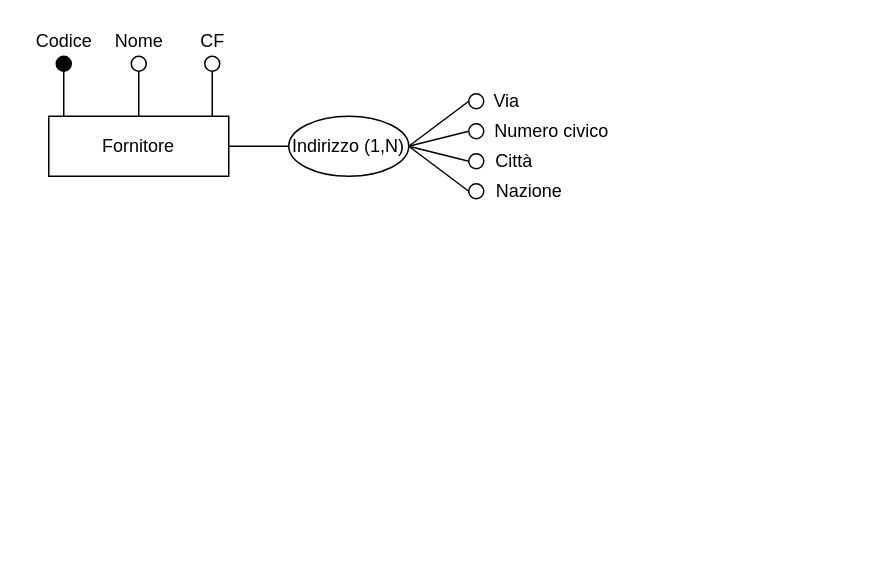
This is ER-diagrams/ER-Fornitore.drawio from nic-agos/Verde-S.R.L, a draw.io file, before an edit. Source tidied: cells renumbered, new cells numbered last; positions are measured from the earlier drawing's top-left corner, leaving out a move shared by most shapes. Both pictures are drawn from the tidied source at 150%, with x=0, y=0 at pixel (26, 26).
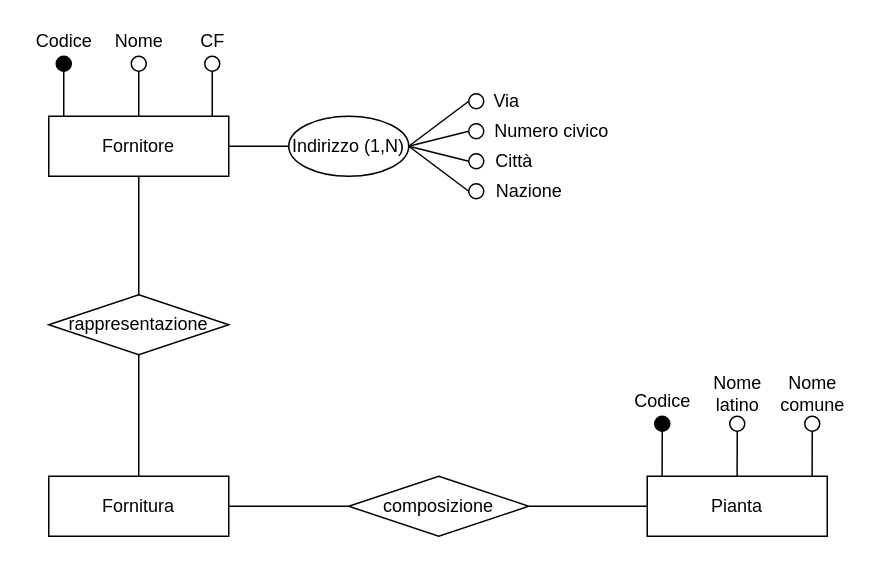
The same diagram, later.

Unchanged cells that the change refers to:
```xml
<mxCell id="2" value="Fornitore" style="rounded=0;whiteSpace=wrap;html=1;strokeWidth=1;perimeterSpacing=0;" parent="1" vertex="1">
  <mxGeometry x="15" y="60" width="120" height="40" as="geometry" />
</mxCell>
```

What changed in the source:
```diff
@@
+    <mxCell id="26" value="Fornitura" style="rounded=0;whiteSpace=wrap;html=1;strokeWidth=1;perimeterSpacing=0;" parent="1" vertex="1">
+      <mxGeometry x="15" y="300" width="120" height="40" as="geometry" />
+    </mxCell>
+    <mxCell id="27" value="rappresentazione" style="rhombus;whiteSpace=wrap;html=1;" parent="1" vertex="1">
+      <mxGeometry x="15" y="179" width="120" height="40" as="geometry" />
+    </mxCell>
+    <mxCell id="28" style="endArrow=none;html=1;rounded=0;exitX=0.5;exitY=0;exitDx=0;exitDy=0;entryX=0.5;entryY=1;entryDx=0;entryDy=0;" parent="1" edge="1" source="26" target="27">
+      <mxGeometry relative="1" as="geometry" />
+    </mxCell>
+    <mxCell id="29" style="endArrow=none;html=1;rounded=0;exitX=0.5;exitY=0;exitDx=0;exitDy=0;entryX=0.5;entryY=1;entryDx=0;entryDy=0;" parent="1" edge="1" source="27" target="2">
+      <mxGeometry relative="1" as="geometry" />
+    </mxCell>
+    <mxCell id="30" value="composizione" style="rhombus;whiteSpace=wrap;html=1;" parent="1" vertex="1">
+      <mxGeometry x="215" y="300" width="120" height="40" as="geometry" />
+    </mxCell>
+    <mxCell id="31" value="Pianta" style="rounded=0;whiteSpace=wrap;html=1;strokeWidth=1;perimeterSpacing=0;" parent="1" vertex="1">
+      <mxGeometry x="414" y="300" width="120" height="40" as="geometry" />
+    </mxCell>
+    <mxCell id="32" style="endArrow=none;html=1;rounded=0;fillColor=#000000;entryX=0.166;entryY=0;entryDx=0;entryDy=0;entryPerimeter=0;exitX=0.5;exitY=1;exitDx=0;exitDy=0;" parent="1" edge="1" source="33">
+      <mxGeometry relative="1" as="geometry">
+        <mxPoint x="423.9" y="300" as="targetPoint" />
+      </mxGeometry>
+    </mxCell>
+    <mxCell id="33" style="ellipse;whiteSpace=wrap;html=1;strokeWidth=1;fillColor=#000000;" parent="1" vertex="1">
+      <mxGeometry x="419" y="260" width="10" height="10" as="geometry" />
+    </mxCell>
+    <mxCell id="34" value="Codice" style="text;html=1;align=center;verticalAlign=middle;strokeColor=none;fillColor=none;" parent="1" vertex="1">
+      <mxGeometry x="399" y="240" width="50" height="20" as="geometry" />
+    </mxCell>
+    <mxCell id="35" style="endArrow=none;html=1;rounded=0;fillColor=#000000;entryX=0.166;entryY=0;entryDx=0;entryDy=0;entryPerimeter=0;exitX=0.5;exitY=1;exitDx=0;exitDy=0;" parent="1" edge="1" source="36">
+      <mxGeometry relative="1" as="geometry">
+        <mxPoint x="473.9" y="300" as="targetPoint" />
+      </mxGeometry>
+    </mxCell>
+    <mxCell id="36" style="ellipse;whiteSpace=wrap;html=1;strokeWidth=1;fillColor=none;" parent="1" vertex="1">
+      <mxGeometry x="469" y="260" width="10" height="10" as="geometry" />
+    </mxCell>
+    <mxCell id="37" value="Nome &lt;br&gt;latino" style="text;html=1;align=center;verticalAlign=middle;strokeColor=none;fillColor=none;" parent="1" vertex="1">
+      <mxGeometry x="449" y="230" width="50" height="30" as="geometry" />
+    </mxCell>
+    <mxCell id="38" style="endArrow=none;html=1;rounded=0;fillColor=#000000;entryX=0.166;entryY=0;entryDx=0;entryDy=0;entryPerimeter=0;exitX=0.5;exitY=1;exitDx=0;exitDy=0;" parent="1" edge="1" source="39">
+      <mxGeometry relative="1" as="geometry">
+        <mxPoint x="523.9" y="300" as="targetPoint" />
+      </mxGeometry>
+    </mxCell>
+    <mxCell id="39" style="ellipse;whiteSpace=wrap;html=1;strokeWidth=1;fillColor=none;" parent="1" vertex="1">
+      <mxGeometry x="519" y="260" width="10" height="10" as="geometry" />
+    </mxCell>
+    <mxCell id="40" value="Nome &lt;br&gt;comune" style="text;html=1;align=center;verticalAlign=middle;strokeColor=none;fillColor=none;" parent="1" vertex="1">
+      <mxGeometry x="494" y="230" width="60" height="30" as="geometry" />
+    </mxCell>
+    <mxCell id="41" style="endArrow=none;html=1;rounded=0;entryX=1;entryY=0.5;entryDx=0;entryDy=0;exitX=0;exitY=0.5;exitDx=0;exitDy=0;" parent="1" edge="1" source="31" target="30">
+      <mxGeometry relative="1" as="geometry" />
+    </mxCell>
+    <mxCell id="42" style="endArrow=none;html=1;rounded=0;exitX=1;exitY=0.5;exitDx=0;exitDy=0;entryX=0;entryY=0.5;entryDx=0;entryDy=0;" parent="1" edge="1" source="26" target="30">
+      <mxGeometry relative="1" as="geometry" />
+    </mxCell>
```
